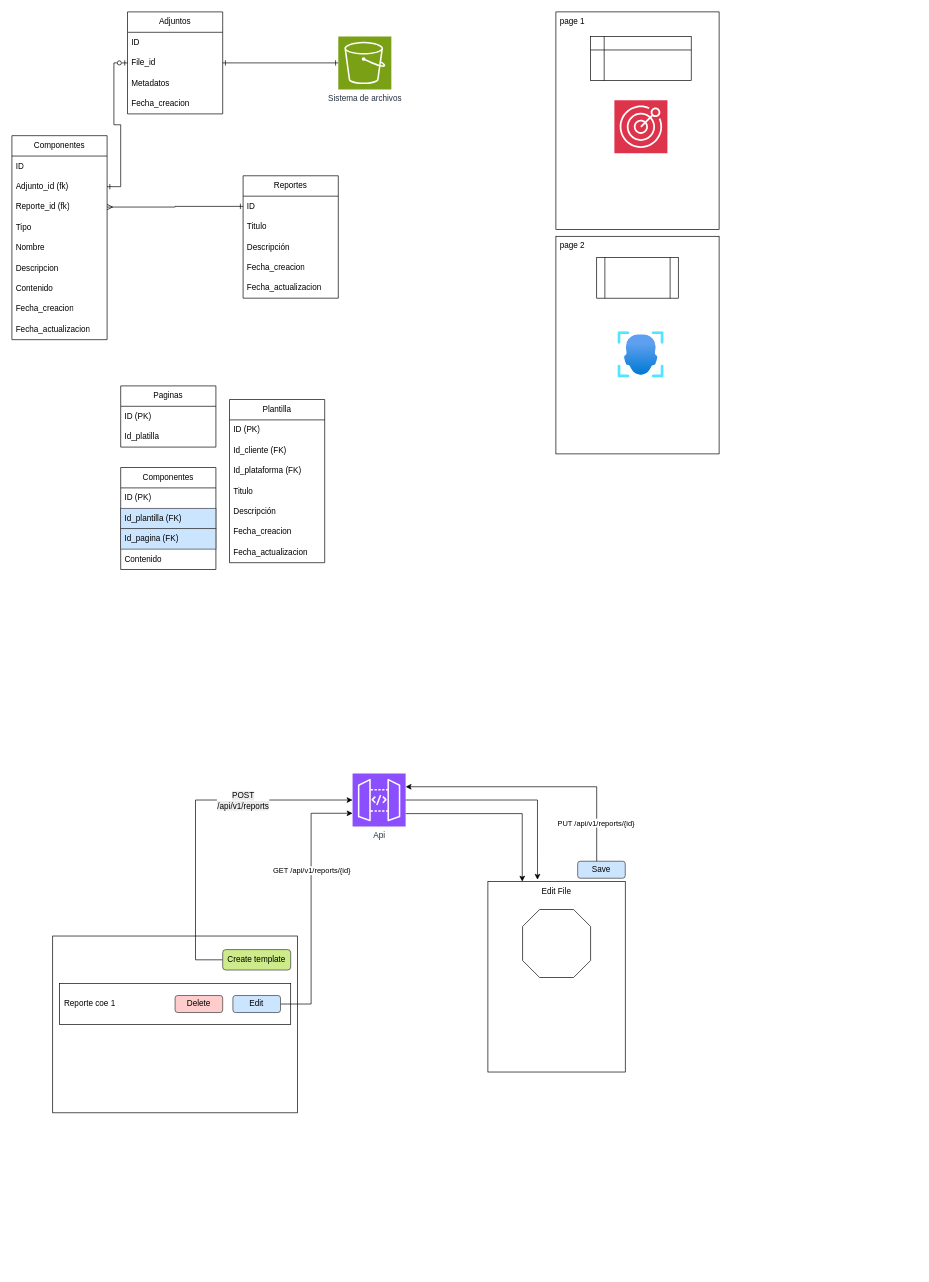
The draw.io diagram BD_reportes.drawio in Ever-417/diagramas, before the edit. Source tidied: cells renumbered, new cells numbered last; positions are measured from the earlier drawing's top-left corner, leaving out a move shared by most shapes. Both pictures are drawn from the tidied source at 68%, with x=0, y=0 at pixel (12, 12).
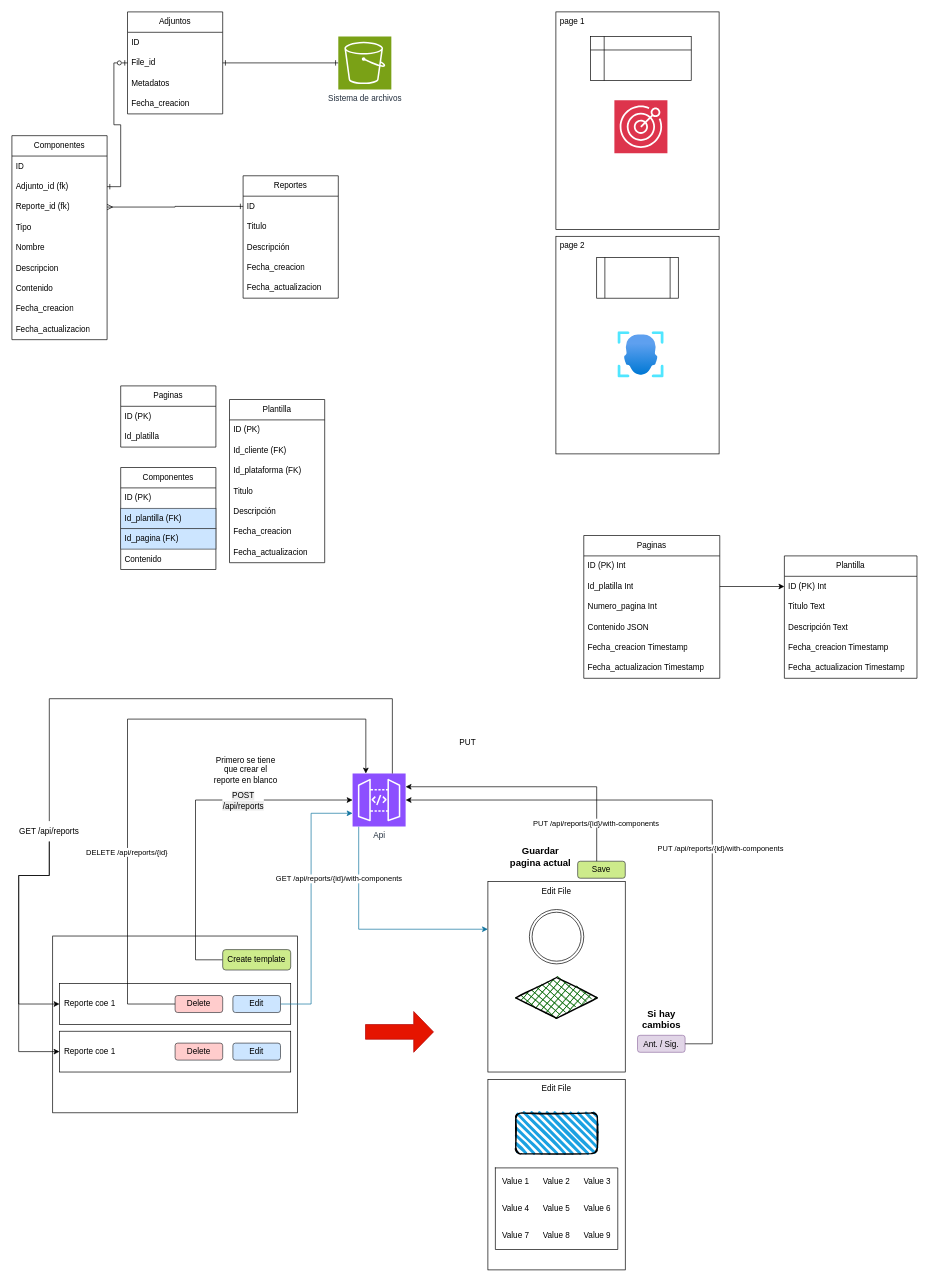
The same page after the edit.

Unchanged cells that the change refers to:
```xml
<mxCell id="28" style="edgeStyle=orthogonalEdgeStyle;rounded=0;jettySize=auto;html=1;entryX=0;entryY=0.5;entryDx=0;entryDy=0;entryPerimeter=0;" parent="1" edge="1" source="30" target="41">
  <mxGeometry relative="1" as="geometry">
    <Array as="points">
      <mxPoint x="270" y="1394" />
      <mxPoint x="270" y="1159" />
    </Array>
  </mxGeometry>
</mxCell>
<mxCell id="31" value="Reporte coe 1" style="rounded=0;whiteSpace=wrap;html=1;align=left;spacingRight=0;spacingLeft=5;" parent="1" vertex="1">
  <mxGeometry x="70" y="1429" width="340" height="60" as="geometry" />
</mxCell>
<mxCell id="35" value="Edit" style="rounded=1;whiteSpace=wrap;html=1;fillColor=#cce5ff;strokeColor=#36393d;" parent="1" vertex="1">
  <mxGeometry x="325" y="1446.5" width="70" height="25" as="geometry" />
</mxCell>
<mxCell id="36" value="Delete" style="rounded=1;whiteSpace=wrap;html=1;fillColor=#ffcccc;strokeColor=#36393d;" parent="1" vertex="1">
  <mxGeometry x="240" y="1446.5" width="70" height="25" as="geometry" />
</mxCell>
<mxCell id="37" value="Edit File" style="whiteSpace=wrap;html=1;verticalAlign=top;" parent="1" vertex="1">
  <mxGeometry x="700" y="1279" width="202" height="280" as="geometry" />
</mxCell>
<mxCell id="41" value="Api" style="sketch=0;points=[[0,0,0],[0.25,0,0],[0.5,0,0],[0.75,0,0],[1,0,0],[0,1,0],[0.25,1,0],[0.5,1,0],[0.75,1,0],[1,1,0],[0,0.25,0],[0,0.5,0],[0,0.75,0],[1,0.25,0],[1,0.5,0],[1,0.75,0]];outlineConnect=0;fontColor=#232F3E;fillColor=#8C4FFF;strokeColor=#ffffff;dashed=0;verticalLabelPosition=bottom;verticalAlign=top;align=center;html=1;fontSize=12;fontStyle=0;shape=mxgraph.aws4.resourceIcon;resIcon=mxgraph.aws4.api_gateway;" parent="1" vertex="1">
  <mxGeometry x="501" y="1120" width="78" height="78" as="geometry" />
</mxCell>
<mxCell id="43" style="edgeStyle=orthogonalEdgeStyle;rounded=0;jettySize=auto;html=1;entryX=1;entryY=0.25;entryDx=0;entryDy=0;entryPerimeter=0;" parent="1" edge="1" source="39" target="41">
  <mxGeometry relative="1" as="geometry">
    <Array as="points">
      <mxPoint x="860" y="1140" />
    </Array>
  </mxGeometry>
</mxCell>
```

Change to the diagram source:
```diff
@@
-    <mxCell id="29" value="&lt;span style=&quot;font-size: 12px; text-align: left; text-wrap-mode: wrap; background-color: rgb(236, 236, 236);&quot;&gt;POST /api/v1/reports&lt;/span&gt;" style="edgeLabel;html=1;align=center;verticalAlign=middle;" parent="28" vertex="1">
+    <mxCell id="29" value="&lt;span style=&quot;font-size: 12px; text-align: left; text-wrap-mode: wrap; background-color: rgb(236, 236, 236);&quot;&gt;POST /api/reports&lt;/span&gt;" style="edgeLabel;html=1;align=center;verticalAlign=middle;" parent="28" vertex="1">
       <mxGeometry x="0.23" y="-1" relative="1" as="geometry">
         <mxPoint x="33" y="-1" as="offset" />
       </mxGeometry>
     </mxCell>
@@
+    <mxCell id="67" style="edgeStyle=orthogonalEdgeStyle;rounded=0;jettySize=auto;html=1;entryX=0.5;entryY=1;entryDx=0;entryDy=0;endArrow=none;endFill=0;startArrow=classic;startFill=1;" parent="1" edge="1" source="31" target="112">
+      <mxGeometry relative="1" as="geometry">
+        <Array as="points">
+          <mxPoint x="10" y="1459" />
+          <mxPoint x="10" y="1270" />
+          <mxPoint x="55" y="1270" />
+        </Array>
+      </mxGeometry>
+    </mxCell>
@@
-    <mxCell id="32" style="edgeStyle=orthogonalEdgeStyle;rounded=0;jettySize=auto;html=1;entryX=0;entryY=0.75;entryDx=0;entryDy=0;entryPerimeter=0;" parent="1" edge="1" source="35" target="41">
+    <mxCell id="32" style="edgeStyle=orthogonalEdgeStyle;rounded=0;jettySize=auto;html=1;entryX=0;entryY=0.75;entryDx=0;entryDy=0;entryPerimeter=0;fillColor=#b1ddf0;strokeColor=#10739e;" parent="1" edge="1" source="35" target="41">
       <mxGeometry relative="1" as="geometry">
         <Array as="points">
           <mxPoint x="440" y="1459" />
           <mxPoint x="440" y="1179" />
         </Array>
       </mxGeometry>
     </mxCell>
@@
-    <mxCell id="34" value="GET /api/v1/reports/{id}" style="edgeLabel;html=1;align=center;verticalAlign=middle;" parent="32" vertex="1">
-      <mxGeometry x="0.25" relative="1" as="geometry" />
-    </mxCell>
@@
-    <mxCell id="38" style="verticalLabelPosition=bottom;verticalAlign=top;html=1;shape=mxgraph.basic.polygon;polyCoords=[[0.25,0],[0.75,0],[1,0.25],[1,0.75],[0.75,1],[0.25,1],[0,0.75],[0,0.25]];polyline=0;" parent="1" vertex="1">
-      <mxGeometry x="751" y="1320" width="100" height="100" as="geometry" />
-    </mxCell>
-    <mxCell id="39" value="Save" style="rounded=1;whiteSpace=wrap;html=1;fillColor=#cce5ff;strokeColor=#36393d;" parent="1" vertex="1">
+    <mxCell id="39" value="Save" style="rounded=1;whiteSpace=wrap;html=1;fillColor=#cdeb8b;strokeColor=#36393d;" parent="1" vertex="1">
       <mxGeometry x="832" y="1249" width="70" height="25" as="geometry" />
     </mxCell>
-    <mxCell id="40" style="edgeStyle=orthogonalEdgeStyle;rounded=0;jettySize=auto;html=1;entryX=0.25;entryY=0;entryDx=0;entryDy=0;" parent="1" edge="1" source="41" target="37">
-      <mxGeometry relative="1" as="geometry">
-        <Array as="points">
-          <mxPoint x="751" y="1179" />
-        </Array>
-      </mxGeometry>
-    </mxCell>
+    <mxCell id="68" style="edgeStyle=orthogonalEdgeStyle;rounded=0;jettySize=auto;html=1;entryX=0;entryY=0.25;entryDx=0;entryDy=0;fillColor=#b1ddf0;strokeColor=#10739e;" parent="1" edge="1" source="41" target="37">
+      <mxGeometry relative="1" as="geometry">
+        <Array as="points">
+          <mxPoint x="510" y="1349" />
+        </Array>
+      </mxGeometry>
+    </mxCell>
@@
-    <mxCell id="42" style="edgeStyle=orthogonalEdgeStyle;rounded=0;jettySize=auto;html=1;entryX=0.361;entryY=-0.01;entryDx=0;entryDy=0;entryPerimeter=0;" parent="1" edge="1" source="41" target="37">
-      <mxGeometry relative="1" as="geometry" />
-    </mxCell>
@@
-    <mxCell id="44" value="PUT /api/v1/reports/{id}" style="edgeLabel;html=1;align=center;verticalAlign=middle;" parent="43" vertex="1">
+    <mxCell id="44" value="PUT /api/reports/{id}/with-components" style="edgeLabel;html=1;align=center;verticalAlign=middle;" parent="43" vertex="1">
       <mxGeometry x="-0.71" y="2" relative="1" as="geometry" />
     </mxCell>
@@
+    <mxCell id="69" value="Plantilla" style="swimlane;fontStyle=0;horizontal=1;startSize=30;whiteSpace=wrap;html=1;" parent="1" vertex="1">
+      <mxGeometry x="1136" y="800" width="195" height="180" as="geometry" />
+    </mxCell>
+    <mxCell id="70" value="ID (PK) Int" style="text;strokeColor=none;fillColor=none;align=left;verticalAlign=middle;spacingLeft=4;spacingRight=4;overflow=hidden;points=[[0,0.5],[1,0.5]];portConstraint=eastwest;whiteSpace=wrap;html=1;" parent="69" vertex="1">
+      <mxGeometry y="30" width="195" height="30" as="geometry" />
+    </mxCell>
+    <mxCell id="71" value="Titulo Text" style="text;strokeColor=none;fillColor=none;align=left;verticalAlign=middle;spacingLeft=4;spacingRight=4;overflow=hidden;whiteSpace=wrap;html=1;" parent="69" vertex="1">
+      <mxGeometry y="60" width="195" height="30" as="geometry" />
+    </mxCell>
+    <mxCell id="72" value="Descripción Text" style="text;strokeColor=none;fillColor=none;align=left;verticalAlign=middle;spacingLeft=4;spacingRight=4;overflow=hidden;whiteSpace=wrap;html=1;" parent="69" vertex="1">
+      <mxGeometry y="90" width="195" height="30" as="geometry" />
+    </mxCell>
+    <mxCell id="73" value="Fecha_creacion Timestamp" style="text;strokeColor=none;fillColor=none;align=left;verticalAlign=middle;spacingLeft=4;spacingRight=4;overflow=hidden;whiteSpace=wrap;html=1;" parent="69" vertex="1">
+      <mxGeometry y="120" width="195" height="30" as="geometry" />
+    </mxCell>
+    <mxCell id="74" value="Fecha_actualizacion Timestamp" style="text;strokeColor=none;fillColor=none;align=left;verticalAlign=middle;spacingLeft=4;spacingRight=4;overflow=hidden;whiteSpace=wrap;html=1;" parent="69" vertex="1">
+      <mxGeometry y="150" width="195" height="30" as="geometry" />
+    </mxCell>
+    <mxCell id="75" value="Paginas" style="swimlane;fontStyle=0;horizontal=1;startSize=30;whiteSpace=wrap;html=1;" parent="1" vertex="1">
+      <mxGeometry x="841" y="770" width="200" height="210" as="geometry" />
+    </mxCell>
+    <mxCell id="76" value="ID (PK) Int" style="text;strokeColor=none;fillColor=none;align=left;verticalAlign=middle;spacingLeft=4;spacingRight=4;overflow=hidden;whiteSpace=wrap;html=1;" parent="75" vertex="1">
+      <mxGeometry y="30" width="200" height="30" as="geometry" />
+    </mxCell>
+    <mxCell id="77" value="Id_platilla Int" style="text;strokeColor=none;fillColor=none;align=left;verticalAlign=middle;spacingLeft=4;spacingRight=4;overflow=hidden;points=[[0,0.5],[1,0.5]];portConstraint=eastwest;whiteSpace=wrap;html=1;" parent="75" vertex="1">
+      <mxGeometry y="60" width="200" height="30" as="geometry" />
+    </mxCell>
+    <mxCell id="78" value="Numero_pagina Int" style="text;strokeColor=none;fillColor=none;align=left;verticalAlign=middle;spacingLeft=4;spacingRight=4;overflow=hidden;whiteSpace=wrap;html=1;" parent="75" vertex="1">
+      <mxGeometry y="90" width="200" height="30" as="geometry" />
+    </mxCell>
+    <mxCell id="79" value="Contenido JSON" style="text;strokeColor=none;fillColor=none;align=left;verticalAlign=middle;spacingLeft=4;spacingRight=4;overflow=hidden;whiteSpace=wrap;html=1;" parent="75" vertex="1">
+      <mxGeometry y="120" width="200" height="30" as="geometry" />
+    </mxCell>
+    <mxCell id="80" value="Fecha_creacion Timestamp" style="text;strokeColor=none;fillColor=none;align=left;verticalAlign=middle;spacingLeft=4;spacingRight=4;overflow=hidden;whiteSpace=wrap;html=1;" parent="75" vertex="1">
+      <mxGeometry y="150" width="200" height="30" as="geometry" />
+    </mxCell>
+    <mxCell id="81" value="Fecha_actualizacion Timestamp" style="text;strokeColor=none;fillColor=none;align=left;verticalAlign=middle;spacingLeft=4;spacingRight=4;overflow=hidden;whiteSpace=wrap;html=1;" parent="75" vertex="1">
+      <mxGeometry y="180" width="200" height="30" as="geometry" />
+    </mxCell>
+    <mxCell id="82" style="edgeStyle=orthogonalEdgeStyle;rounded=0;jettySize=auto;html=1;entryX=0;entryY=0.5;entryDx=0;entryDy=0;" parent="1" edge="1" source="77" target="70">
+      <mxGeometry relative="1" as="geometry" />
+    </mxCell>
+    <mxCell id="83" value="Edit File" style="whiteSpace=wrap;html=1;verticalAlign=top;" parent="1" vertex="1">
+      <mxGeometry x="700" y="1570" width="202" height="280" as="geometry" />
+    </mxCell>
+    <mxCell id="84" style="rounded=1;whiteSpace=wrap;html=1;strokeWidth=2;fillWeight=4;hachureGap=8;hachureAngle=45;fillColor=#1ba1e2;sketch=1;" parent="1" vertex="1">
+      <mxGeometry x="741" y="1619" width="120" height="60" as="geometry" />
+    </mxCell>
+    <mxCell id="85" style="shape=table;html=1;whiteSpace=wrap;startSize=0;childLayout=tableLayout;columnLines=0;rowLines=0;fontSize=16;strokeColor=default;" parent="1" vertex="1">
+      <mxGeometry x="711" y="1700" width="180" height="120" as="geometry" />
+    </mxCell>
+    <mxCell id="86" style="shape=tableRow;horizontal=0;startSize=0;swimlaneHead=0;swimlaneBody=0;top=0;left=0;bottom=0;right=0;fillColor=none;fontSize=16;strokeColor=inherit;" parent="85" vertex="1">
+      <mxGeometry width="180" height="40" as="geometry" />
+    </mxCell>
+    <mxCell id="87" value="Value 1" style="shape=partialRectangle;html=1;whiteSpace=wrap;fillColor=none;top=0;left=0;bottom=0;right=0;overflow=hidden;fontSize=12;strokeColor=inherit;" parent="86" vertex="1">
+      <mxGeometry width="60" height="40" as="geometry" />
+    </mxCell>
+    <mxCell id="88" value="Value 2" style="shape=partialRectangle;html=1;whiteSpace=wrap;fillColor=none;top=0;left=0;bottom=0;right=0;overflow=hidden;fontSize=12;strokeColor=inherit;" parent="86" vertex="1">
+      <mxGeometry x="60" width="60" height="40" as="geometry" />
+    </mxCell>
+    <mxCell id="89" value="Value 3" style="shape=partialRectangle;html=1;whiteSpace=wrap;fillColor=none;top=0;left=0;bottom=0;right=0;overflow=hidden;fontSize=12;strokeColor=inherit;" parent="86" vertex="1">
+      <mxGeometry x="120" width="60" height="40" as="geometry" />
+    </mxCell>
+    <mxCell id="90" style="shape=tableRow;horizontal=0;startSize=0;swimlaneHead=0;swimlaneBody=0;top=0;left=0;bottom=0;right=0;fillColor=none;fontSize=16;strokeColor=inherit;" parent="85" vertex="1">
+      <mxGeometry y="40" width="180" height="40" as="geometry" />
+    </mxCell>
+    <mxCell id="91" value="Value 4" style="shape=partialRectangle;html=1;whiteSpace=wrap;fillColor=none;top=0;left=0;bottom=0;right=0;overflow=hidden;fontSize=12;strokeColor=inherit;" parent="90" vertex="1">
+      <mxGeometry width="60" height="40" as="geometry" />
+    </mxCell>
+    <mxCell id="92" value="Value 5" style="shape=partialRectangle;html=1;whiteSpace=wrap;fillColor=none;top=0;left=0;bottom=0;right=0;overflow=hidden;fontSize=12;strokeColor=inherit;" parent="90" vertex="1">
+      <mxGeometry x="60" width="60" height="40" as="geometry" />
+    </mxCell>
+    <mxCell id="93" value="Value 6" style="shape=partialRectangle;html=1;whiteSpace=wrap;fillColor=none;top=0;left=0;bottom=0;right=0;overflow=hidden;fontSize=12;strokeColor=inherit;" parent="90" vertex="1">
+      <mxGeometry x="120" width="60" height="40" as="geometry" />
+    </mxCell>
+    <mxCell id="94" style="shape=tableRow;horizontal=0;startSize=0;swimlaneHead=0;swimlaneBody=0;top=0;left=0;bottom=0;right=0;fillColor=none;fontSize=16;strokeColor=inherit;" parent="85" vertex="1">
+      <mxGeometry y="80" width="180" height="40" as="geometry" />
+    </mxCell>
+    <mxCell id="95" value="Value 7" style="shape=partialRectangle;html=1;whiteSpace=wrap;fillColor=none;top=0;left=0;bottom=0;right=0;overflow=hidden;fontSize=12;strokeColor=inherit;" parent="94" vertex="1">
+      <mxGeometry width="60" height="40" as="geometry" />
+    </mxCell>
+    <mxCell id="96" value="Value 8" style="shape=partialRectangle;html=1;whiteSpace=wrap;fillColor=none;top=0;left=0;bottom=0;right=0;overflow=hidden;fontSize=12;strokeColor=inherit;" parent="94" vertex="1">
+      <mxGeometry x="60" width="60" height="40" as="geometry" />
+    </mxCell>
+    <mxCell id="97" value="Value 9" style="shape=partialRectangle;html=1;whiteSpace=wrap;fillColor=none;top=0;left=0;bottom=0;right=0;overflow=hidden;fontSize=12;strokeColor=inherit;" parent="94" vertex="1">
+      <mxGeometry x="120" width="60" height="40" as="geometry" />
+    </mxCell>
+    <mxCell id="98" style="ellipse;shape=doubleEllipse;whiteSpace=wrap;html=1;" parent="1" vertex="1">
+      <mxGeometry x="761" y="1320" width="80" height="80" as="geometry" />
+    </mxCell>
+    <mxCell id="99" style="rhombus;whiteSpace=wrap;html=1;strokeWidth=2;fillWeight=-1;hachureGap=8;fillStyle=cross-hatch;fillColor=#006600;sketch=1;" parent="1" vertex="1">
+      <mxGeometry x="741" y="1420" width="120" height="60" as="geometry" />
+    </mxCell>
+    <mxCell id="100" value="Ant. / Sig." style="rounded=1;whiteSpace=wrap;html=1;fillColor=#e1d5e7;strokeColor=#9673a6;" parent="1" vertex="1">
+      <mxGeometry x="920" y="1505" width="70" height="25" as="geometry" />
+    </mxCell>
+    <mxCell id="101" value="Primero se tiene que crear el reporte en blanco" style="text;html=1;align=center;verticalAlign=middle;whiteSpace=wrap;rounded=0;" parent="1" vertex="1">
+      <mxGeometry x="294" y="1090" width="100" height="50" as="geometry" />
+    </mxCell>
+    <mxCell id="102" style="shape=singleArrow;whiteSpace=wrap;html=1;arrowWidth=0.36053893074157106;arrowSize=0.2910274832589289;fillColor=#e51400;fontColor=#ffffff;strokeColor=#B20000;" parent="1" vertex="1">
+      <mxGeometry x="520" y="1470" width="100" height="60" as="geometry" />
+    </mxCell>
+    <mxCell id="103" style="edgeStyle=orthogonalEdgeStyle;rounded=0;jettySize=auto;html=1;entryX=1;entryY=0.5;entryDx=0;entryDy=0;entryPerimeter=0;" parent="1" edge="1" source="100" target="41">
+      <mxGeometry relative="1" as="geometry">
+        <Array as="points">
+          <mxPoint x="1030" y="1518" />
+          <mxPoint x="1030" y="1159" />
+        </Array>
+      </mxGeometry>
+    </mxCell>
+    <mxCell id="104" value="PUT /api/reports/{id}/with-components" style="edgeLabel;html=1;align=center;verticalAlign=middle;" parent="103" vertex="1">
+      <mxGeometry x="0.52" relative="1" as="geometry">
+        <mxPoint x="259" y="71" as="offset" />
+      </mxGeometry>
+    </mxCell>
+    <mxCell id="105" value="Si hay&lt;div&gt;cambios&lt;/div&gt;" style="text;strokeColor=none;fillColor=none;html=1;fontSize=14;fontStyle=1;verticalAlign=middle;align=center;" parent="1" vertex="1">
+      <mxGeometry x="913.8" y="1456" width="82.5" height="49" as="geometry" />
+    </mxCell>
+    <mxCell id="106" value="Guardar&lt;div&gt;pagina actual&lt;/div&gt;" style="text;strokeColor=none;fillColor=none;html=1;fontSize=14;fontStyle=1;verticalAlign=middle;align=center;" parent="1" vertex="1">
+      <mxGeometry x="730" y="1210" width="93.5" height="64" as="geometry" />
+    </mxCell>
+    <mxCell id="107" value="GET /api/reports/{id}/with-components" style="edgeLabel;html=1;align=center;verticalAlign=middle;" parent="1" vertex="1">
+      <mxGeometry x="480" y="1274" as="geometry" />
+    </mxCell>
+    <mxCell id="108" style="edgeStyle=orthogonalEdgeStyle;rounded=0;jettySize=auto;html=1;entryX=0.5;entryY=1;entryDx=0;entryDy=0;endArrow=none;endFill=0;startArrow=classic;startFill=1;" parent="1" edge="1" source="109" target="112">
+      <mxGeometry relative="1" as="geometry">
+        <Array as="points">
+          <mxPoint x="10" y="1529" />
+          <mxPoint x="10" y="1270" />
+          <mxPoint x="55" y="1270" />
+        </Array>
+      </mxGeometry>
+    </mxCell>
+    <mxCell id="109" value="Reporte coe 1" style="rounded=0;whiteSpace=wrap;html=1;align=left;spacingRight=0;spacingLeft=5;" parent="1" vertex="1">
+      <mxGeometry x="70" y="1499" width="340" height="60" as="geometry" />
+    </mxCell>
+    <mxCell id="110" value="Edit" style="rounded=1;whiteSpace=wrap;html=1;fillColor=#cce5ff;strokeColor=#36393d;" parent="1" vertex="1">
+      <mxGeometry x="325" y="1516.5" width="70" height="25" as="geometry" />
+    </mxCell>
+    <mxCell id="111" value="Delete" style="rounded=1;whiteSpace=wrap;html=1;fillColor=#ffcccc;strokeColor=#36393d;" parent="1" vertex="1">
+      <mxGeometry x="240" y="1516.5" width="70" height="25" as="geometry" />
+    </mxCell>
+    <mxCell id="112" value="GET /api/reports" style="text;strokeColor=none;align=center;fillColor=none;html=1;verticalAlign=middle;whiteSpace=wrap;rounded=0;" parent="1" vertex="1">
+      <mxGeometry y="1190" width="110" height="30" as="geometry" />
+    </mxCell>
+    <mxCell id="113" style="edgeStyle=orthogonalEdgeStyle;rounded=0;jettySize=auto;html=1;entryX=0.75;entryY=0;entryDx=0;entryDy=0;entryPerimeter=0;endArrow=none;endFill=0;" parent="1" edge="1" source="112" target="41">
+      <mxGeometry relative="1" as="geometry">
+        <Array as="points">
+          <mxPoint x="55" y="1010" />
+          <mxPoint x="560" y="1010" />
+        </Array>
+      </mxGeometry>
+    </mxCell>
+    <mxCell id="114" style="edgeStyle=orthogonalEdgeStyle;rounded=0;jettySize=auto;html=1;entryX=0.25;entryY=0;entryDx=0;entryDy=0;entryPerimeter=0;" parent="1" edge="1" source="36" target="41">
+      <mxGeometry relative="1" as="geometry">
+        <Array as="points">
+          <mxPoint x="170" y="1459" />
+          <mxPoint x="170" y="1040" />
+          <mxPoint x="521" y="1040" />
+        </Array>
+      </mxGeometry>
+    </mxCell>
+    <mxCell id="115" value="DELETE /api/reports/{id}" style="edgeLabel;html=1;align=center;verticalAlign=middle;" parent="114" vertex="1">
+      <mxGeometry x="-0.36" y="2" relative="1" as="geometry" />
+    </mxCell>
+    <mxCell id="116" value="PUT" style="text;html=1;align=center;verticalAlign=middle;strokeColor=none;fillColor=none;" parent="1" vertex="1">
+      <mxGeometry x="645" y="1060" width="50" height="30" as="geometry" />
+    </mxCell>
```
